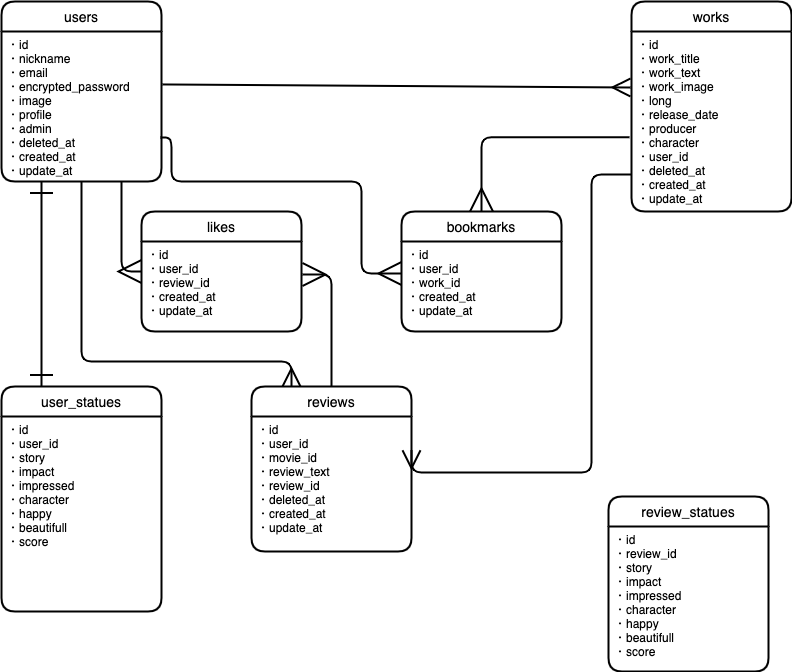
The draw.io diagram ER.dio.png in hatanotakahiro/sympasee, before a commit. Source tidied: cells renumbered, new cells last; positions are measured from the earlier drawing's top-left corner, leaving out a move shared by most shapes.
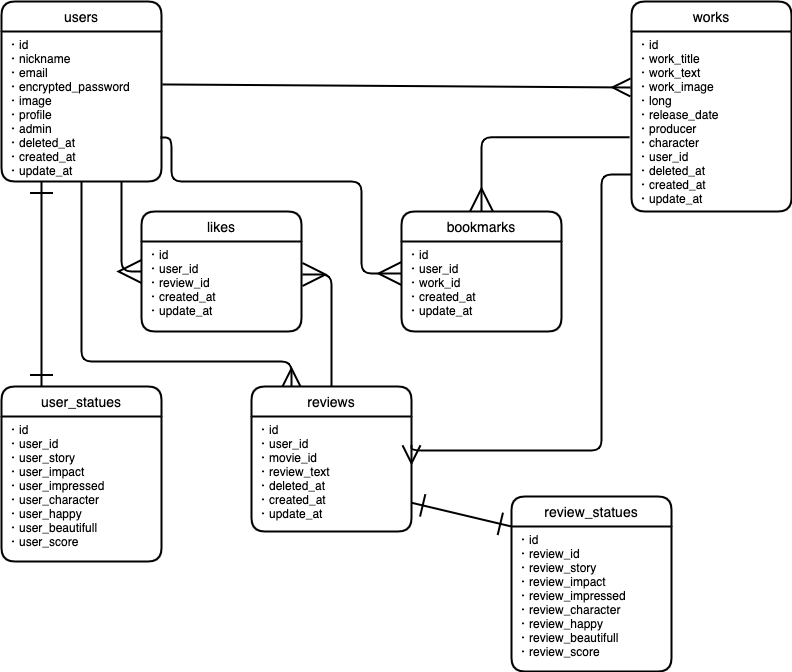
Above is the later version.

The edit, as a diff of the source:
```diff
@@ -21,10 +21,10 @@
       <mxGeometry y="30" width="160" height="180" as="geometry" />
     </mxCell>
     <mxCell id="8" value="reviews" style="swimlane;horizontal=1;startSize=30;rounded=1;fontSize=14;fontStyle=0;strokeWidth=2;shadow=0;dashed=0;align=center;" parent="1" vertex="1">
-      <mxGeometry x="250" y="385" width="160" height="165" as="geometry" />
+      <mxGeometry x="250" y="385" width="160" height="145" as="geometry" />
     </mxCell>
-    <mxCell id="9" value="・id&#10;・user_id&#10;・movie_id&#10;・review_text&#10;・review_id&#10;・deleted_at&#10;・created_at&#10;・update_at&#10;" style="align=left;strokeColor=none;fillColor=none;spacingLeft=4;fontSize=12;verticalAlign=top;" parent="8" vertex="1">
-      <mxGeometry y="30" width="160" height="135" as="geometry" />
+    <mxCell id="9" value="・id&#10;・user_id&#10;・movie_id&#10;・review_text&#10;・deleted_at&#10;・created_at&#10;・update_at&#10;" style="align=left;strokeColor=none;fillColor=none;spacingLeft=4;fontSize=12;verticalAlign=top;" parent="8" vertex="1">
+      <mxGeometry y="30" width="160" height="115" as="geometry" />
     </mxCell>
     <mxCell id="10" style="fontSize=12;html=1;endArrow=ERmany;jumpSize=6;strokeWidth=2;endSize=15;exitX=1.006;exitY=0.353;exitDx=0;exitDy=0;exitPerimeter=0;" parent="1" edge="1" source="3">
       <mxGeometry relative="1" as="geometry">
@@ -40,26 +40,26 @@
       </mxGeometry>
     </mxCell>
     <mxCell id="12" value="user_statues" style="swimlane;horizontal=1;startSize=30;rounded=1;fontSize=14;fontStyle=0;strokeWidth=2;shadow=0;dashed=0;align=center;" parent="1" vertex="1">
-      <mxGeometry y="385" width="160" height="225" as="geometry" />
+      <mxGeometry y="385" width="160" height="175" as="geometry" />
     </mxCell>
-    <mxCell id="13" value="・id&#10;・user_id&#10;・story&#10;・impact&#10;・impressed&#10;・character&#10;・happy&#10;・beautifull&#10;・score&#10;&#10;&#10;&#10;" style="align=left;strokeColor=none;fillColor=none;spacingLeft=4;fontSize=12;verticalAlign=top;" parent="12" vertex="1">
-      <mxGeometry y="30" width="160" height="195" as="geometry" />
+    <mxCell id="13" value="・id&#10;・user_id&#10;・user_story&#10;・user_impact&#10;・user_impressed&#10;・user_character&#10;・user_happy&#10;・user_beautifull&#10;・user_score" style="align=left;strokeColor=none;fillColor=none;spacingLeft=4;fontSize=12;verticalAlign=top;" parent="12" vertex="1">
+      <mxGeometry y="30" width="160" height="145" as="geometry" />
     </mxCell>
     <mxCell id="14" style="fontSize=12;html=1;endArrow=ERone;endFill=1;strokeWidth=2;exitX=0.25;exitY=0;exitDx=0;exitDy=0;entryX=0.25;entryY=1;entryDx=0;entryDy=0;endSize=20;startArrow=ERone;startFill=0;targetPerimeterSpacing=0;startSize=20;" parent="1" edge="1" source="12" target="3">
       <mxGeometry relative="1" as="geometry" />
     </mxCell>
     <mxCell id="15" value="review_statues" style="swimlane;horizontal=1;startSize=30;rounded=1;fontSize=14;fontStyle=0;strokeWidth=2;shadow=0;dashed=0;align=center;" parent="1" vertex="1">
-      <mxGeometry x="607" y="495" width="160" height="175" as="geometry" />
+      <mxGeometry x="510" y="495" width="160" height="175" as="geometry" />
     </mxCell>
-    <mxCell id="16" value="・id&#10;・review_id&#10;・story&#10;・impact&#10;・impressed&#10;・character&#10;・happy&#10;・beautifull&#10;・score" style="align=left;strokeColor=none;fillColor=none;spacingLeft=4;fontSize=12;verticalAlign=top;" parent="15" vertex="1">
+    <mxCell id="16" value="・id&#10;・review_id&#10;・review_story&#10;・review_impact&#10;・review_impressed&#10;・review_character&#10;・review_happy&#10;・review_beautifull&#10;・review_score" style="align=left;strokeColor=none;fillColor=none;spacingLeft=4;fontSize=12;verticalAlign=top;" parent="15" vertex="1">
       <mxGeometry y="30" width="160" height="145" as="geometry" />
     </mxCell>
     <mxCell id="17" style="edgeStyle=orthogonalEdgeStyle;fontSize=12;html=1;endArrow=none;exitX=1;exitY=0.25;exitDx=0;exitDy=0;jumpSize=6;strokeWidth=2;endSize=15;endFill=0;startArrow=ERmany;startFill=0;startSize=15;" parent="1" edge="1" source="9">
       <mxGeometry relative="1" as="geometry">
         <mxPoint x="630" y="173" as="targetPoint" />
         <Array as="points">
-          <mxPoint x="590" y="471" />
-          <mxPoint x="590" y="173" />
+          <mxPoint x="600" y="449" />
+          <mxPoint x="600" y="173" />
         </Array>
       </mxGeometry>
     </mxCell>
@@ -94,5 +94,8 @@
     <mxCell id="25" style="fontSize=12;html=1;endArrow=ERmany;endFill=0;strokeWidth=2;exitX=-0.012;exitY=0.588;exitDx=0;exitDy=0;endSize=20;startArrow=none;startFill=0;targetPerimeterSpacing=0;startSize=20;entryX=0.5;entryY=0;entryDx=0;entryDy=0;edgeStyle=orthogonalEdgeStyle;exitPerimeter=0;" parent="1" edge="1" source="7" target="22">
       <mxGeometry relative="1" as="geometry" />
     </mxCell>
+    <mxCell id="26" style="fontSize=12;html=1;endArrow=ERone;endFill=1;strokeWidth=2;exitX=0;exitY=0;exitDx=0;exitDy=0;entryX=1;entryY=0.75;entryDx=0;entryDy=0;endSize=20;startArrow=ERone;startFill=0;targetPerimeterSpacing=0;startSize=20;" parent="1" edge="1" source="16" target="9">
+      <mxGeometry relative="1" as="geometry" />
+    </mxCell>
   </root>
 </mxGraphModel>
```
